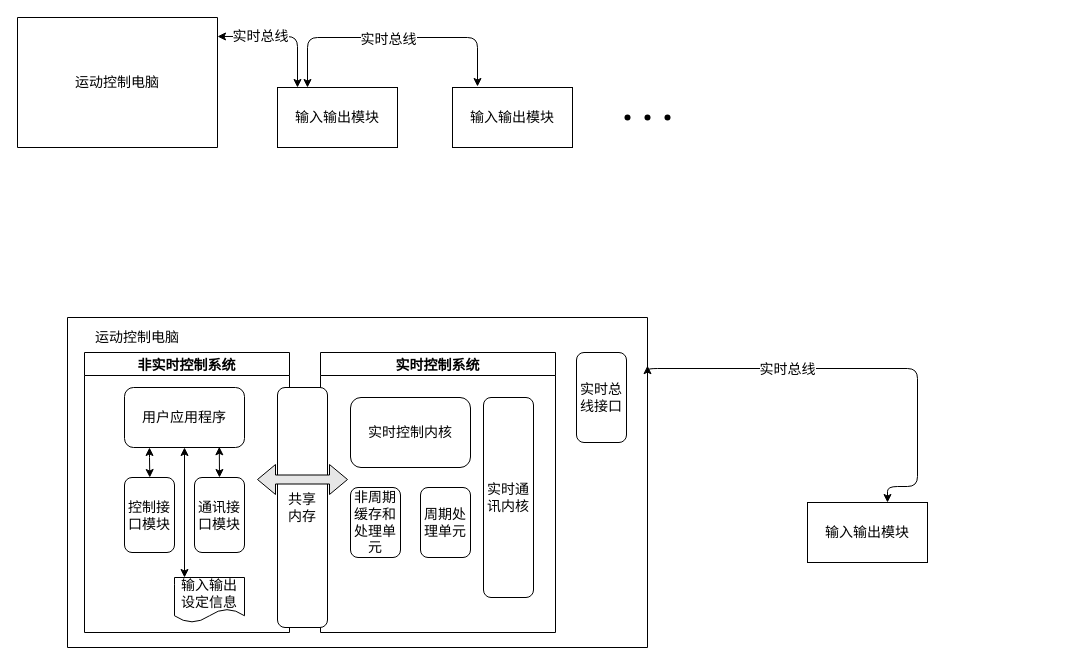
Above: patent/drawing/Untitled Diagram.drawio in leeywin/work (draw.io), before the change. Source tidied: cells renumbered, new cells numbered last; positions are measured from the earlier drawing's top-left corner, leaving out a move shared by most shapes. Both pictures are drawn from the tidied source at 100%, with x=0, y=0 at pixel (17, 17).
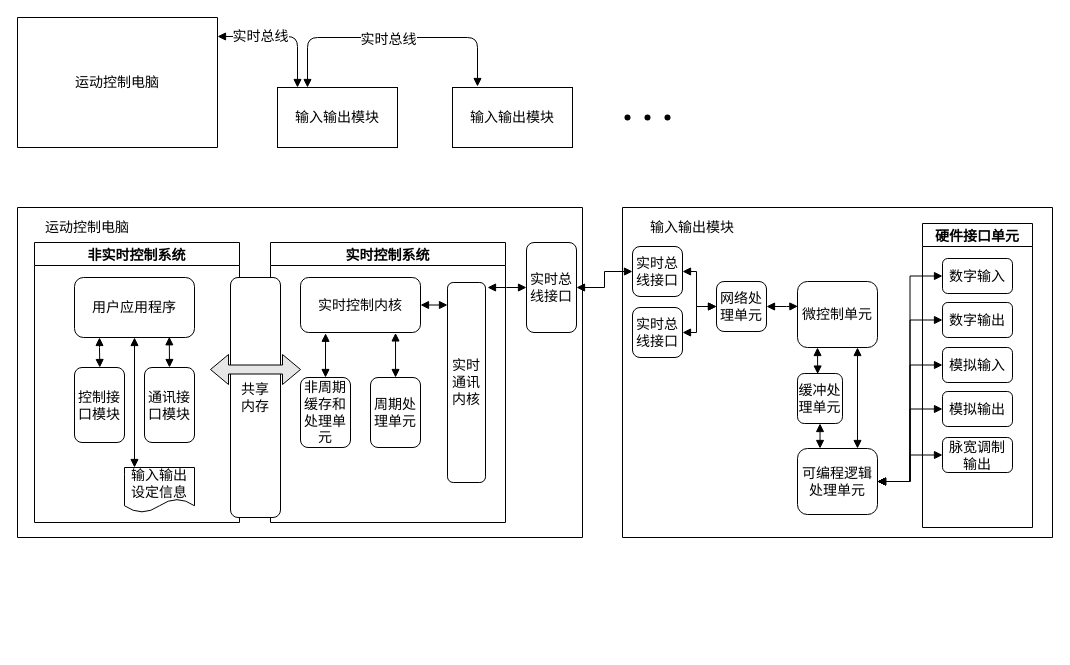
After the change.

Unchanged cells that the change refers to:
```xml
<mxCell id="2" style="swimlane;startSize=0;" parent="1" vertex="1">
  <mxGeometry width="200" height="130" as="geometry" />
</mxCell>
<mxCell id="4" value="输入输出模块" style="rounded=0;whiteSpace=wrap;html=1;fontSize=14;" parent="1" vertex="1">
  <mxGeometry x="260" y="70" width="120" height="60" as="geometry" />
</mxCell>
<mxCell id="16" value="非实时控制系统" style="swimlane;fontSize=14;" parent="14" vertex="1">
  <mxGeometry x="17" y="35" width="205" height="280" as="geometry" />
</mxCell>
<mxCell id="19" value="用户应用程序" style="rounded=1;whiteSpace=wrap;html=1;fontSize=14;" parent="16" vertex="1">
  <mxGeometry x="40" y="35" width="120" height="60" as="geometry" />
</mxCell>
<mxCell id="21" value="通讯接口模块" style="rounded=1;whiteSpace=wrap;html=1;fontSize=14;" parent="16" vertex="1">
  <mxGeometry x="110" y="125" width="50" height="75" as="geometry" />
</mxCell>
<mxCell id="22" value="输入输出设定信息" style="shape=document;whiteSpace=wrap;html=1;boundedLbl=1;fontSize=14;" parent="16" vertex="1">
  <mxGeometry x="90" y="225" width="70" height="45" as="geometry" />
</mxCell>
<mxCell id="24" value="实时总线接口" style="rounded=1;whiteSpace=wrap;html=1;fontSize=14;" parent="14" vertex="1">
  <mxGeometry x="509" y="35" width="50" height="90" as="geometry" />
</mxCell>
<mxCell id="25" value="实时控制系统" style="swimlane;fontSize=14;" parent="14" vertex="1">
  <mxGeometry x="253" y="35" width="235" height="280" as="geometry" />
</mxCell>
<mxCell id="27" value="非周期缓存和处理单元" style="rounded=1;whiteSpace=wrap;html=1;fontSize=14;" parent="25" vertex="1">
  <mxGeometry x="30" y="135" width="50" height="70" as="geometry" />
</mxCell>
<mxCell id="28" value="周期处理单元" style="rounded=1;whiteSpace=wrap;html=1;fontSize=14;" parent="25" vertex="1">
  <mxGeometry x="100" y="135" width="50" height="70" as="geometry" />
</mxCell>
```

The edit, as a diff of the source:
```diff
@@
-    <mxCell id="6" style="edgeStyle=segmentEdgeStyle;endArrow=classic;html=1;fontSize=14;exitX=1;exitY=0.146;exitDx=0;exitDy=0;exitPerimeter=0;startArrow=classic;startFill=1;" parent="1" edge="1" source="2" target="4">
+    <mxCell id="6" style="edgeStyle=segmentEdgeStyle;endArrow=block;html=1;fontSize=14;exitX=1;exitY=0.146;exitDx=0;exitDy=0;exitPerimeter=0;startArrow=block;startFill=1;endFill=1;" parent="1" edge="1" source="2" target="4">
       <mxGeometry relative="1" as="geometry">
         <Array as="points">
           <mxPoint x="280" y="19" />
         </Array>
       </mxGeometry>
     </mxCell>
@@
-    <mxCell id="8" style="edgeStyle=segmentEdgeStyle;endArrow=classic;html=1;fontSize=14;exitX=0.25;exitY=0;exitDx=0;exitDy=0;startArrow=classic;startFill=1;" parent="1" edge="1" source="4">
+    <mxCell id="8" style="edgeStyle=segmentEdgeStyle;endArrow=block;html=1;fontSize=14;exitX=0.25;exitY=0;exitDx=0;exitDy=0;startArrow=block;startFill=1;endFill=1;" parent="1" edge="1" source="4">
       <mxGeometry relative="1" as="geometry">
         <mxPoint x="460" y="69" as="targetPoint" />
         <Array as="points">
           <mxPoint x="290" y="20" />
           <mxPoint x="460" y="20" />
         </Array>
       </mxGeometry>
     </mxCell>
@@
     <mxCell id="14" style="swimlane;startSize=0;" parent="13" vertex="1">
-      <mxGeometry x="50" y="300" width="580" height="330" as="geometry" />
+      <mxGeometry y="190" width="565" height="330" as="geometry" />
     </mxCell>
@@
-    <mxCell id="17" style="edgeStyle=orthogonalEdgeStyle;rounded=0;orthogonalLoop=1;jettySize=auto;html=1;exitX=0.25;exitY=1;exitDx=0;exitDy=0;entryX=0.606;entryY=0;entryDx=0;entryDy=0;entryPerimeter=0;fontSize=14;startArrow=classic;startFill=1;" parent="16" edge="1">
+    <mxCell id="17" style="edgeStyle=orthogonalEdgeStyle;rounded=0;orthogonalLoop=1;jettySize=auto;html=1;exitX=0.25;exitY=1;exitDx=0;exitDy=0;entryX=0.606;entryY=0;entryDx=0;entryDy=0;entryPerimeter=0;fontSize=14;startArrow=block;startFill=1;endArrow=block;endFill=1;" parent="16" edge="1">
       <mxGeometry relative="1" as="geometry">
         <mxPoint x="65" y="95" as="sourcePoint" />
         <mxPoint x="65.3" y="125" as="targetPoint" />
         <Array as="points">
           <mxPoint x="65" y="105" />
           <mxPoint x="65" y="105" />
         </Array>
       </mxGeometry>
     </mxCell>
-    <mxCell id="18" style="edgeStyle=orthogonalEdgeStyle;rounded=0;jettySize=auto;html=1;exitX=0.5;exitY=1;exitDx=0;exitDy=0;entryX=0.143;entryY=0;entryDx=0;entryDy=0;entryPerimeter=0;fontSize=14;startArrow=classic;startFill=1;" parent="16" edge="1" source="19" target="22">
+    <mxCell id="18" style="edgeStyle=orthogonalEdgeStyle;rounded=0;jettySize=auto;html=1;exitX=0.5;exitY=1;exitDx=0;exitDy=0;entryX=0.143;entryY=0;entryDx=0;entryDy=0;entryPerimeter=0;fontSize=14;startArrow=block;startFill=1;endArrow=block;endFill=1;" parent="16" edge="1" source="19" target="22">
       <mxGeometry relative="1" as="geometry" />
     </mxCell>
@@
-    <mxCell id="20" style="edgeStyle=orthogonalEdgeStyle;rounded=0;jettySize=auto;html=1;exitX=0.5;exitY=0;exitDx=0;exitDy=0;entryX=0.79;entryY=0.988;entryDx=0;entryDy=0;entryPerimeter=0;fontSize=14;startArrow=classic;startFill=1;" parent="16" edge="1" source="21" target="19">
+    <mxCell id="20" style="edgeStyle=orthogonalEdgeStyle;rounded=0;jettySize=auto;html=1;exitX=0.5;exitY=0;exitDx=0;exitDy=0;entryX=0.79;entryY=0.988;entryDx=0;entryDy=0;entryPerimeter=0;fontSize=14;startArrow=block;startFill=1;endArrow=block;endFill=1;" parent="16" edge="1" source="21" target="19">
       <mxGeometry relative="1" as="geometry" />
     </mxCell>
@@
+    <mxCell id="35" style="edgeStyle=orthogonalEdgeStyle;rounded=0;jettySize=auto;html=1;fontSize=14;startArrow=block;startFill=1;fillColor=#E6E6E6;endArrow=block;endFill=1;" parent="14" edge="1" source="24">
+      <mxGeometry relative="1" as="geometry">
+        <mxPoint x="470" y="80" as="targetPoint" />
+      </mxGeometry>
+    </mxCell>
@@
     <mxCell id="26" value="实时通讯内核" style="rounded=1;whiteSpace=wrap;html=1;fontSize=14;" parent="25" vertex="1">
-      <mxGeometry x="163" y="45" width="50" height="200" as="geometry" />
+      <mxGeometry x="177" y="40" width="38" height="200" as="geometry" />
     </mxCell>
+    <mxCell id="36" style="edgeStyle=orthogonalEdgeStyle;rounded=0;jettySize=auto;html=1;fontSize=14;startArrow=block;startFill=1;fillColor=#E6E6E6;entryX=0.209;entryY=1.014;entryDx=0;entryDy=0;entryPerimeter=0;endArrow=block;endFill=1;" parent="25" edge="1" source="27" target="29">
+      <mxGeometry relative="1" as="geometry" />
+    </mxCell>
@@
+    <mxCell id="37" style="edgeStyle=orthogonalEdgeStyle;rounded=0;jettySize=auto;html=1;fontSize=14;startArrow=block;startFill=1;fillColor=#E6E6E6;entryX=0.792;entryY=1.008;entryDx=0;entryDy=0;entryPerimeter=0;endArrow=block;endFill=1;" parent="25" edge="1" source="28" target="29">
+      <mxGeometry relative="1" as="geometry" />
+    </mxCell>
@@
+    <mxCell id="38" style="edgeStyle=orthogonalEdgeStyle;rounded=0;jettySize=auto;html=1;exitX=1;exitY=0.5;exitDx=0;exitDy=0;entryX=0;entryY=0.114;entryDx=0;entryDy=0;entryPerimeter=0;fontSize=14;startArrow=block;startFill=1;fillColor=#E6E6E6;endArrow=block;endFill=1;" parent="25" edge="1" source="29" target="26">
+      <mxGeometry relative="1" as="geometry" />
+    </mxCell>
     <mxCell id="29" value="实时控制内核" style="rounded=1;whiteSpace=wrap;html=1;fontSize=14;" parent="25" vertex="1">
-      <mxGeometry x="30" y="45" width="120" height="70" as="geometry" />
+      <mxGeometry x="30" y="35" width="120" height="55" as="geometry" />
     </mxCell>
-    <mxCell id="30" value="共享&lt;br&gt;内存" style="rounded=1;whiteSpace=wrap;html=1;fontSize=14;" parent="13" vertex="1">
-      <mxGeometry x="260" y="370" width="50" height="240" as="geometry" />
+    <mxCell id="30" value="共享&lt;br&gt;内存" style="rounded=1;whiteSpace=wrap;html=1;fontSize=14;" parent="25" vertex="1">
+      <mxGeometry x="-40" y="35" width="50" height="240" as="geometry" />
     </mxCell>
+    <mxCell id="34" style="shape=doubleArrow;whiteSpace=wrap;html=1;fontSize=14;fillColor=#E6E6E6;" parent="25" vertex="1">
+      <mxGeometry x="-60" y="112" width="90" height="30" as="geometry" />
+    </mxCell>
+    <mxCell id="39" style="swimlane;startSize=0;" parent="13" vertex="1">
+      <mxGeometry x="605" y="190" width="430" height="330" as="geometry" />
+    </mxCell>
-    <mxCell id="31" value="输入输出模块" style="rounded=0;whiteSpace=wrap;html=1;fontSize=14;" parent="13" vertex="1">
-      <mxGeometry x="790" y="485" width="120" height="60" as="geometry" />
+    <mxCell id="31" value="输入输出模块" style="text;html=1;strokeColor=none;fillColor=none;align=center;verticalAlign=middle;whiteSpace=wrap;rounded=0;fontSize=14;" parent="39" vertex="1">
+      <mxGeometry x="20" y="10" width="100" height="20" as="geometry" />
     </mxCell>
-    <mxCell id="32" style="edgeStyle=segmentEdgeStyle;endArrow=classic;html=1;fontSize=14;exitX=1;exitY=0.146;exitDx=0;exitDy=0;exitPerimeter=0;startArrow=classic;startFill=1;" parent="13" edge="1" source="14" target="31">
-      <mxGeometry relative="1" as="geometry">
-        <Array as="points">
-          <mxPoint x="900" y="351" />
-          <mxPoint x="900" y="469" />
-          <mxPoint x="870" y="469" />
-        </Array>
-      </mxGeometry>
-    </mxCell>
-    <mxCell id="33" value="实时总线" style="edgeLabel;html=1;align=center;verticalAlign=middle;fontSize=14;" parent="32" vertex="1">
-      <mxGeometry x="-0.35" relative="1" as="geometry" />
-    </mxCell>
-    <mxCell id="34" style="shape=doubleArrow;whiteSpace=wrap;html=1;fontSize=14;fillColor=#E6E6E6;" parent="13" vertex="1">
-      <mxGeometry x="240" y="447" width="90" height="30" as="geometry" />
-    </mxCell>
+    <mxCell id="40" value="实时总线接口" style="rounded=1;whiteSpace=wrap;html=1;fontSize=14;" parent="39" vertex="1">
+      <mxGeometry x="10" y="39" width="50" height="50" as="geometry" />
+    </mxCell>
+    <mxCell id="41" value="实时总线接口" style="rounded=1;whiteSpace=wrap;html=1;fontSize=14;" parent="39" vertex="1">
+      <mxGeometry x="10" y="100" width="50" height="50" as="geometry" />
+    </mxCell>
+    <mxCell id="42" style="edgeStyle=orthogonalEdgeStyle;rounded=0;jettySize=auto;html=1;fontSize=14;startArrow=block;startFill=1;fillColor=#E6E6E6;endArrow=block;endFill=1;" parent="39" edge="1" source="45" target="41">
+      <mxGeometry relative="1" as="geometry" />
+    </mxCell>
+    <mxCell id="43" style="edgeStyle=orthogonalEdgeStyle;rounded=0;jettySize=auto;html=1;fontSize=14;startArrow=block;startFill=1;fillColor=#E6E6E6;entryX=0.005;entryY=0.376;entryDx=0;entryDy=0;entryPerimeter=0;endArrow=block;endFill=1;" parent="39" edge="1" source="45" target="47">
+      <mxGeometry relative="1" as="geometry" />
+    </mxCell>
+    <mxCell id="44" style="edgeStyle=orthogonalEdgeStyle;rounded=0;jettySize=auto;html=1;exitX=0;exitY=0.5;exitDx=0;exitDy=0;entryX=1;entryY=0.5;entryDx=0;entryDy=0;fontSize=14;startArrow=block;startFill=1;fillColor=#E6E6E6;endArrow=block;endFill=1;" parent="39" edge="1" source="45" target="40">
+      <mxGeometry relative="1" as="geometry" />
+    </mxCell>
+    <mxCell id="45" value="网络处理单元" style="rounded=1;whiteSpace=wrap;html=1;fontSize=14;" parent="39" vertex="1">
+      <mxGeometry x="94" y="74" width="50" height="50" as="geometry" />
+    </mxCell>
+    <mxCell id="46" style="edgeStyle=orthogonalEdgeStyle;rounded=0;jettySize=auto;html=1;exitX=0.25;exitY=1;exitDx=0;exitDy=0;entryX=0.448;entryY=0.011;entryDx=0;entryDy=0;entryPerimeter=0;fontSize=14;startArrow=block;startFill=1;fillColor=#E6E6E6;endArrow=block;endFill=1;" parent="39" edge="1" source="47" target="48">
+      <mxGeometry relative="1" as="geometry" />
+    </mxCell>
+    <mxCell id="47" value="微控制单元" style="rounded=1;whiteSpace=wrap;html=1;fontSize=14;" parent="39" vertex="1">
+      <mxGeometry x="175" y="74" width="80" height="66" as="geometry" />
+    </mxCell>
+    <mxCell id="48" value="缓冲处理单元" style="rounded=1;whiteSpace=wrap;html=1;fontSize=14;" parent="39" vertex="1">
+      <mxGeometry x="175" y="166" width="45" height="50" as="geometry" />
+    </mxCell>
+    <mxCell id="49" value="硬件接口单元" style="swimlane;fontSize=14;" parent="39" vertex="1">
+      <mxGeometry x="300" y="16" width="110" height="304" as="geometry" />
+    </mxCell>
+    <mxCell id="50" value="数字输入" style="rounded=1;whiteSpace=wrap;html=1;fontSize=14;" parent="49" vertex="1">
+      <mxGeometry x="20" y="35" width="70" height="35" as="geometry" />
+    </mxCell>
+    <mxCell id="51" value="数字输出" style="rounded=1;whiteSpace=wrap;html=1;fontSize=14;" parent="49" vertex="1">
+      <mxGeometry x="20" y="79" width="70" height="35" as="geometry" />
+    </mxCell>
+    <mxCell id="52" value="模拟输入" style="rounded=1;whiteSpace=wrap;html=1;fontSize=14;" parent="49" vertex="1">
+      <mxGeometry x="20" y="124" width="70" height="35" as="geometry" />
+    </mxCell>
+    <mxCell id="53" value="模拟输出" style="rounded=1;whiteSpace=wrap;html=1;fontSize=14;" parent="49" vertex="1">
+      <mxGeometry x="20" y="168" width="70" height="35" as="geometry" />
+    </mxCell>
+    <mxCell id="54" style="edgeStyle=orthogonalEdgeStyle;rounded=0;jettySize=auto;html=1;exitX=1;exitY=0.5;exitDx=0;exitDy=0;entryX=0;entryY=0.5;entryDx=0;entryDy=0;fontSize=14;startArrow=block;startFill=1;fillColor=#E6E6E6;endArrow=block;endFill=1;" parent="13" edge="1" source="59" target="50">
+      <mxGeometry relative="1" as="geometry" />
+    </mxCell>
+    <mxCell id="55" style="edgeStyle=orthogonalEdgeStyle;rounded=0;jettySize=auto;html=1;exitX=1;exitY=0.5;exitDx=0;exitDy=0;entryX=0;entryY=0.5;entryDx=0;entryDy=0;fontSize=14;startArrow=block;startFill=1;fillColor=#E6E6E6;endArrow=block;endFill=1;" parent="13" edge="1" source="59" target="51">
+      <mxGeometry relative="1" as="geometry" />
+    </mxCell>
+    <mxCell id="56" style="edgeStyle=orthogonalEdgeStyle;rounded=0;jettySize=auto;html=1;exitX=1;exitY=0.5;exitDx=0;exitDy=0;entryX=0;entryY=0.5;entryDx=0;entryDy=0;fontSize=14;startArrow=block;startFill=1;fillColor=#E6E6E6;endArrow=block;endFill=1;" parent="13" edge="1" source="59" target="52">
+      <mxGeometry relative="1" as="geometry" />
+    </mxCell>
+    <mxCell id="57" style="edgeStyle=orthogonalEdgeStyle;rounded=0;jettySize=auto;html=1;exitX=1;exitY=0.5;exitDx=0;exitDy=0;entryX=0;entryY=0.5;entryDx=0;entryDy=0;fontSize=14;startArrow=block;startFill=1;fillColor=#E6E6E6;endArrow=block;endFill=1;" parent="13" edge="1" source="59" target="53">
+      <mxGeometry relative="1" as="geometry" />
+    </mxCell>
+    <mxCell id="58" style="edgeStyle=orthogonalEdgeStyle;rounded=0;jettySize=auto;html=1;exitX=1;exitY=0.5;exitDx=0;exitDy=0;entryX=0;entryY=0.5;entryDx=0;entryDy=0;fontSize=14;startArrow=block;startFill=1;fillColor=#E6E6E6;endArrow=block;endFill=1;" parent="13" edge="1" source="59" target="60">
+      <mxGeometry relative="1" as="geometry" />
+    </mxCell>
+    <mxCell id="59" value="可编程逻辑处理单元" style="rounded=1;whiteSpace=wrap;html=1;fontSize=14;" parent="13" vertex="1">
+      <mxGeometry x="780" y="431" width="80" height="66" as="geometry" />
+    </mxCell>
+    <mxCell id="60" value="脉宽调制输出" style="rounded=1;whiteSpace=wrap;html=1;fontSize=14;" parent="13" vertex="1">
+      <mxGeometry x="925" y="420" width="70" height="35" as="geometry" />
+    </mxCell>
+    <mxCell id="61" style="edgeStyle=orthogonalEdgeStyle;rounded=0;jettySize=auto;html=1;fontSize=14;startArrow=block;startFill=1;fillColor=#E6E6E6;entryX=0;entryY=0.5;entryDx=0;entryDy=0;endArrow=block;endFill=1;" parent="13" edge="1" source="24" target="40">
+      <mxGeometry relative="1" as="geometry" />
+    </mxCell>
+    <mxCell id="62" style="edgeStyle=orthogonalEdgeStyle;rounded=0;jettySize=auto;html=1;exitX=0.75;exitY=1;exitDx=0;exitDy=0;entryX=0.75;entryY=0;entryDx=0;entryDy=0;fontSize=14;startArrow=block;startFill=1;fillColor=#E6E6E6;endArrow=block;endFill=1;" parent="13" edge="1" source="47" target="59">
+      <mxGeometry relative="1" as="geometry" />
+    </mxCell>
+    <mxCell id="63" style="edgeStyle=orthogonalEdgeStyle;rounded=0;jettySize=auto;html=1;exitX=0.5;exitY=1;exitDx=0;exitDy=0;entryX=0.282;entryY=0;entryDx=0;entryDy=0;entryPerimeter=0;fontSize=14;startArrow=block;startFill=1;fillColor=#E6E6E6;endArrow=block;endFill=1;" parent="13" edge="1" source="48" target="59">
+      <mxGeometry relative="1" as="geometry" />
+    </mxCell>
+    <mxCell id="64" parent="0" />
```
